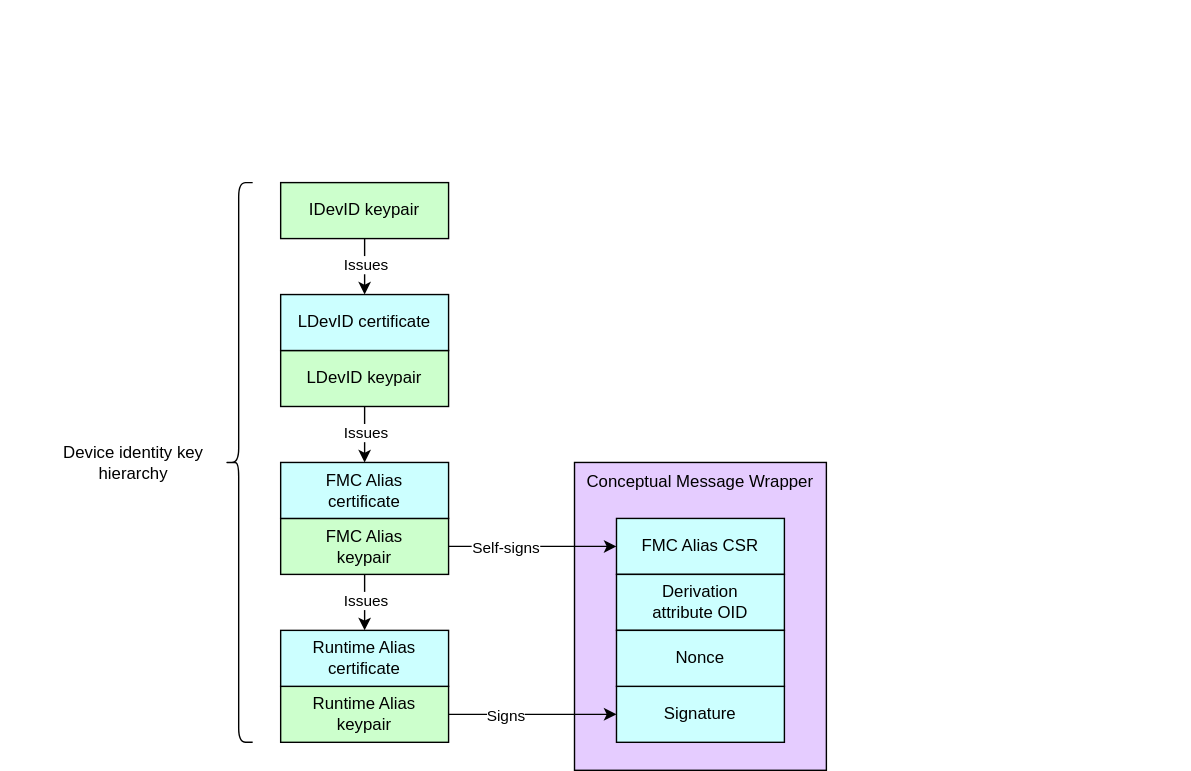
Above: specifications/device-identity-provisioning/diagrams/envelope_signed_csr.drawio.svg in opencomputeproject/Security (draw.io), before the change. Source tidied: cells renumbered, new cells last; positions are measured from the earlier drawing's top-left corner, leaving out a move shared by most shapes.
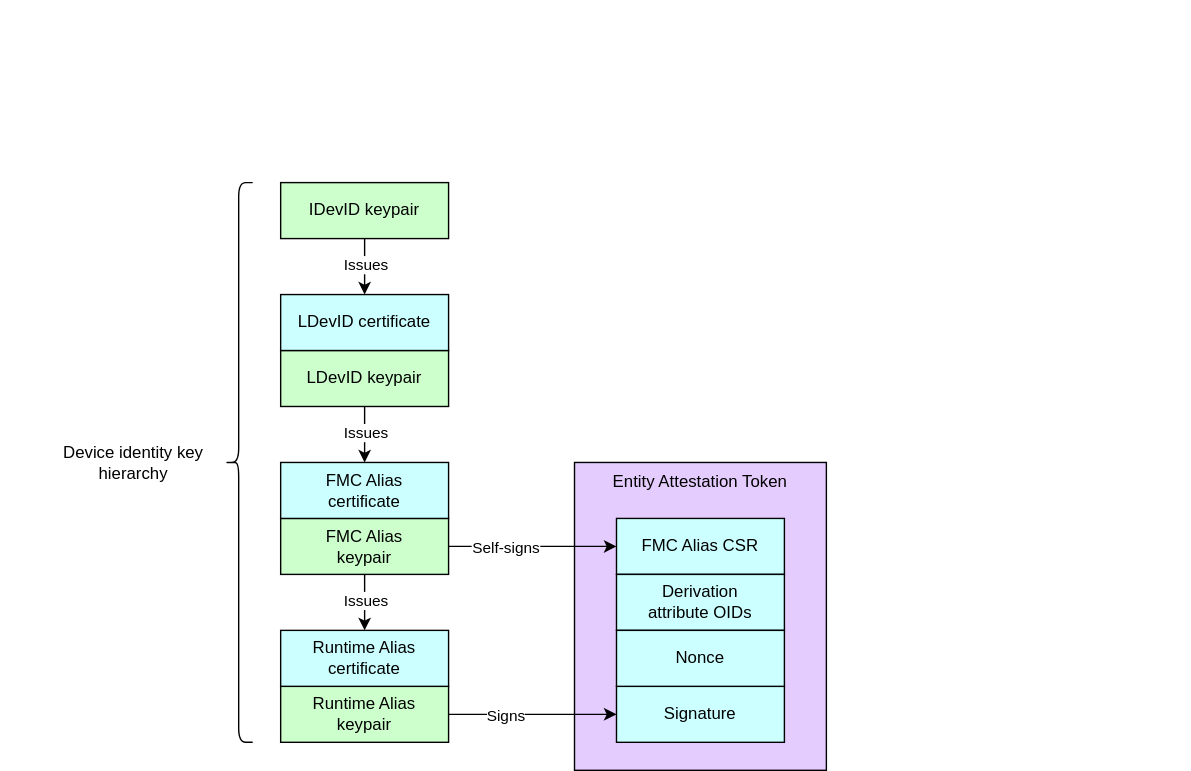
After the change.

Change to the diagram source:
```diff
@@ -2,7 +2,7 @@
   <root>
     <mxCell id="0" />
     <mxCell id="1" parent="0" />
-    <mxCell id="2" value="&lt;div&gt;&lt;font color=&quot;#000000&quot;&gt;Conceptual Message Wrapper&lt;/font&gt;&lt;/div&gt;" style="rounded=0;whiteSpace=wrap;html=1;align=center;verticalAlign=top;shadow=0;glass=0;spacingLeft=0;spacingBottom=0;spacingTop=0;fillColor=#E5CCFF;horizontal=1;" parent="1" vertex="1">
+    <mxCell id="2" value="&lt;div&gt;&lt;font color=&quot;#000000&quot;&gt;Entity Attestation Token&lt;/font&gt;&lt;/div&gt;" style="rounded=0;whiteSpace=wrap;html=1;align=center;verticalAlign=top;shadow=0;glass=0;spacingLeft=0;spacingBottom=0;spacingTop=0;fillColor=#E5CCFF;horizontal=1;" parent="1" vertex="1">
       <mxGeometry x="410" y="330" width="180" height="220" as="geometry" />
     </mxCell>
     <mxCell id="3" style="edgeStyle=none;html=1;exitX=0.5;exitY=1;exitDx=0;exitDy=0;entryX=0.5;entryY=0;entryDx=0;entryDy=0;" parent="1" edge="1" source="7" target="19">
@@ -84,7 +84,7 @@
     <mxCell id="25" value="&lt;div&gt;&lt;font color=&quot;#000000&quot;&gt;Signature&lt;/font&gt;&lt;/div&gt;" style="rounded=0;whiteSpace=wrap;html=1;align=center;verticalAlign=middle;shadow=0;glass=0;spacingLeft=0;spacingBottom=0;spacingTop=0;fillColor=#CCFFFF;" parent="1" vertex="1">
       <mxGeometry x="440" y="490" width="120" height="40" as="geometry" />
     </mxCell>
-    <mxCell id="26" value="&lt;div&gt;&lt;span style=&quot;background-color: transparent;&quot;&gt;Derivation&lt;/span&gt;&lt;/div&gt;&lt;div&gt;&lt;span style=&quot;background-color: transparent;&quot;&gt;attribute OID&lt;/span&gt;&lt;/div&gt;" style="rounded=0;whiteSpace=wrap;html=1;align=center;verticalAlign=middle;shadow=0;glass=0;spacingLeft=0;spacingBottom=0;spacingTop=0;fillColor=#CCFFFF;" parent="1" vertex="1">
+    <mxCell id="26" value="&lt;div&gt;&lt;span style=&quot;background-color: transparent;&quot;&gt;Derivation&lt;/span&gt;&lt;/div&gt;&lt;div&gt;&lt;span style=&quot;background-color: transparent;&quot;&gt;attribute OIDs&lt;/span&gt;&lt;/div&gt;" style="rounded=0;whiteSpace=wrap;html=1;align=center;verticalAlign=middle;shadow=0;glass=0;spacingLeft=0;spacingBottom=0;spacingTop=0;fillColor=#CCFFFF;" parent="1" vertex="1">
       <mxGeometry x="440" y="410" width="120" height="40" as="geometry" />
     </mxCell>
     <mxCell id="27" value="&lt;div&gt;&lt;font color=&quot;#000000&quot;&gt;Nonce&lt;/font&gt;&lt;/div&gt;" style="rounded=0;whiteSpace=wrap;html=1;align=center;verticalAlign=middle;shadow=0;glass=0;spacingLeft=0;spacingBottom=0;spacingTop=0;fillColor=#CCFFFF;" parent="1" vertex="1">
```
